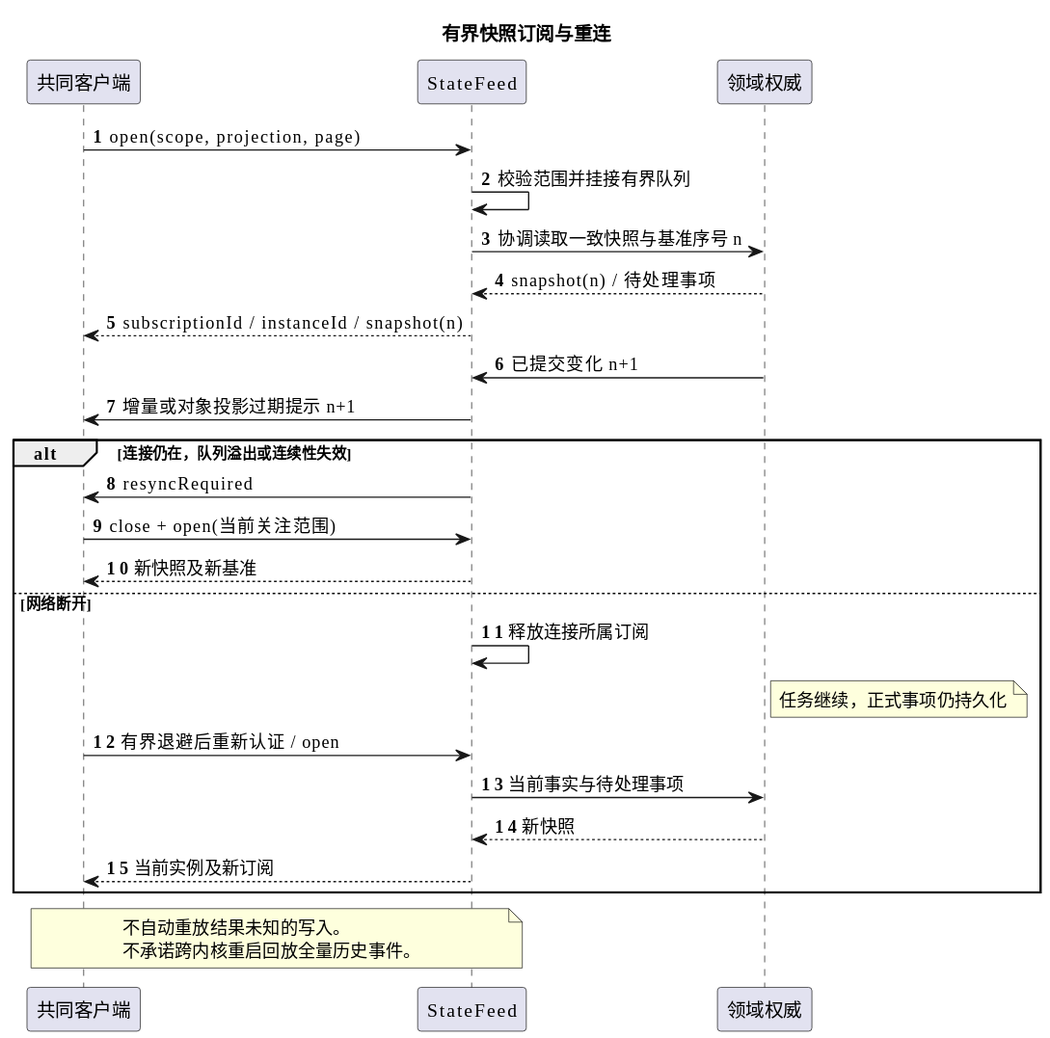
Earlier version of the PlantUML export docs/diagrams/subscription-recovery.svg (leike0813/Scholoom). Its source is kept beside it as docs/diagrams/subscription-recovery.puml. Its diagram source:
```plantuml
@startuml
title 有界快照订阅与重连
skinparam defaultFontName Microsoft YaHei
skinparam shadowing false
autonumber
participant "共同客户端" as Client
participant "StateFeed" as Feed
participant "领域权威" as Domain
Client -> Feed : open(scope, projection, page)
Feed -> Feed : 校验范围并挂接有界队列
Feed -> Domain : 协调读取一致快照与基准序号 n
Domain --> Feed : snapshot(n) / 待处理事项
Feed --> Client : subscriptionId / instanceId / snapshot(n)
Domain -> Feed : 已提交变化 n+1
Feed -> Client : 增量或对象投影过期提示 n+1
alt 连接仍在，队列溢出或连续性失效
  Feed -> Client : resyncRequired
  Client -> Feed : close + open(当前关注范围)
  Feed --> Client : 新快照及新基准
else 网络断开
  Feed -> Feed : 释放连接所属订阅
  note right of Domain : 任务继续，正式事项仍持久化
  Client -> Feed : 有界退避后重新认证 / open
  Feed -> Domain : 当前事实与待处理事项
  Domain --> Feed : 新快照
  Feed --> Client : 当前实例及新订阅
end
note over Client,Feed
  不自动重放结果未知的写入。
  不承诺跨内核重启回放全量历史事件。
end note
@enduml
```
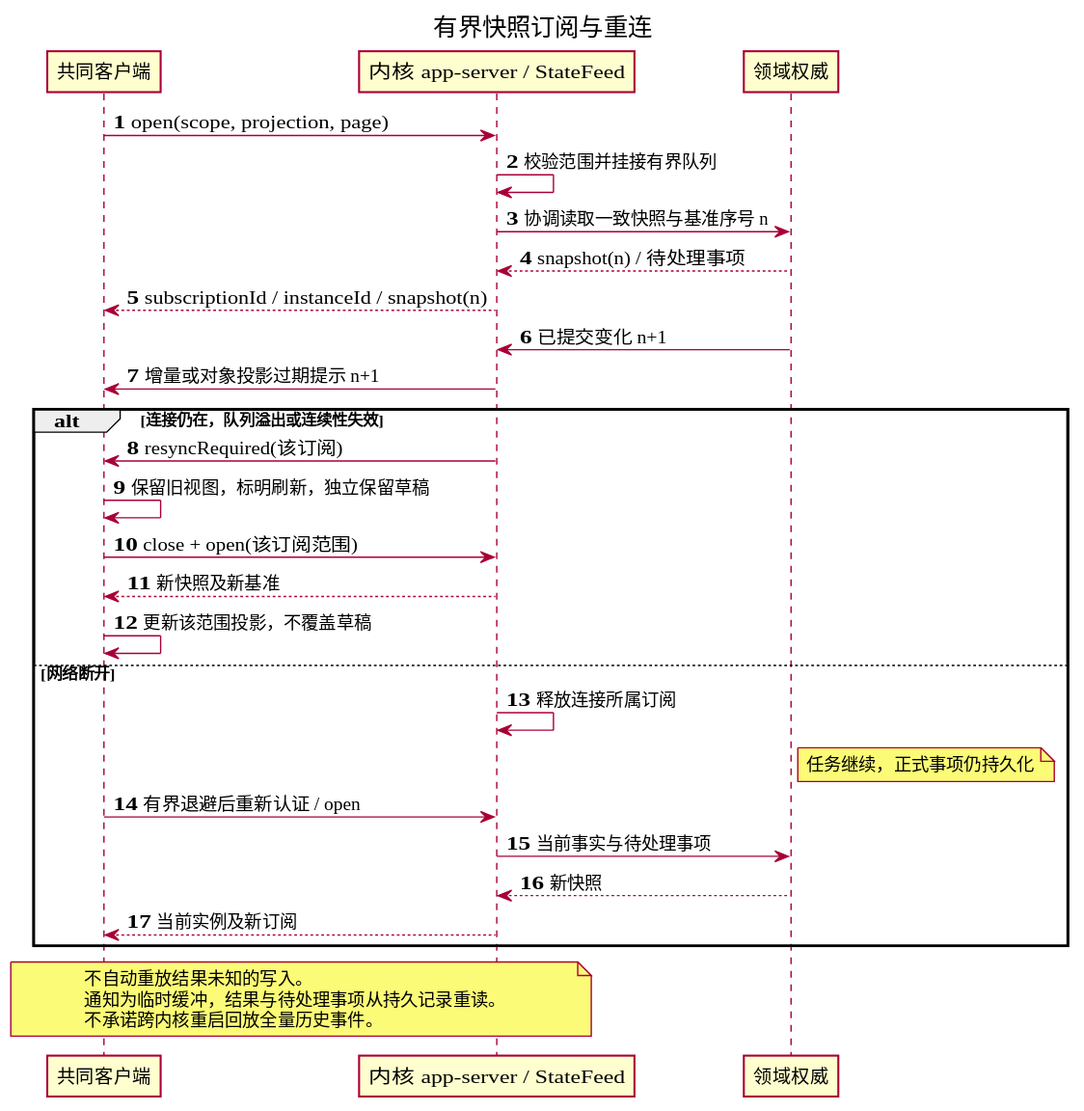
Above is the later version.

What changed in the source:
```diff
@@ -4,7 +4,7 @@
 skinparam shadowing false
 autonumber
 participant "共同客户端" as Client
-participant "StateFeed" as Feed
+participant "内核 app-server / StateFeed" as Feed
 participant "领域权威" as Domain
 Client -> Feed : open(scope, projection, page)
 Feed -> Feed : 校验范围并挂接有界队列
@@ -14,9 +14,11 @@
 Domain -> Feed : 已提交变化 n+1
 Feed -> Client : 增量或对象投影过期提示 n+1
 alt 连接仍在，队列溢出或连续性失效
-  Feed -> Client : resyncRequired
-  Client -> Feed : close + open(当前关注范围)
+  Feed -> Client : resyncRequired(该订阅)
+  Client -> Client : 保留旧视图，标明刷新，独立保留草稿
+  Client -> Feed : close + open(该订阅范围)
   Feed --> Client : 新快照及新基准
+  Client -> Client : 更新该范围投影，不覆盖草稿
 else 网络断开
   Feed -> Feed : 释放连接所属订阅
   note right of Domain : 任务继续，正式事项仍持久化
@@ -27,6 +29,7 @@
 end
 note over Client,Feed
   不自动重放结果未知的写入。
+  通知为临时缓冲，结果与待处理事项从持久记录重读。
   不承诺跨内核重启回放全量历史事件。
 end note
 @enduml
```
